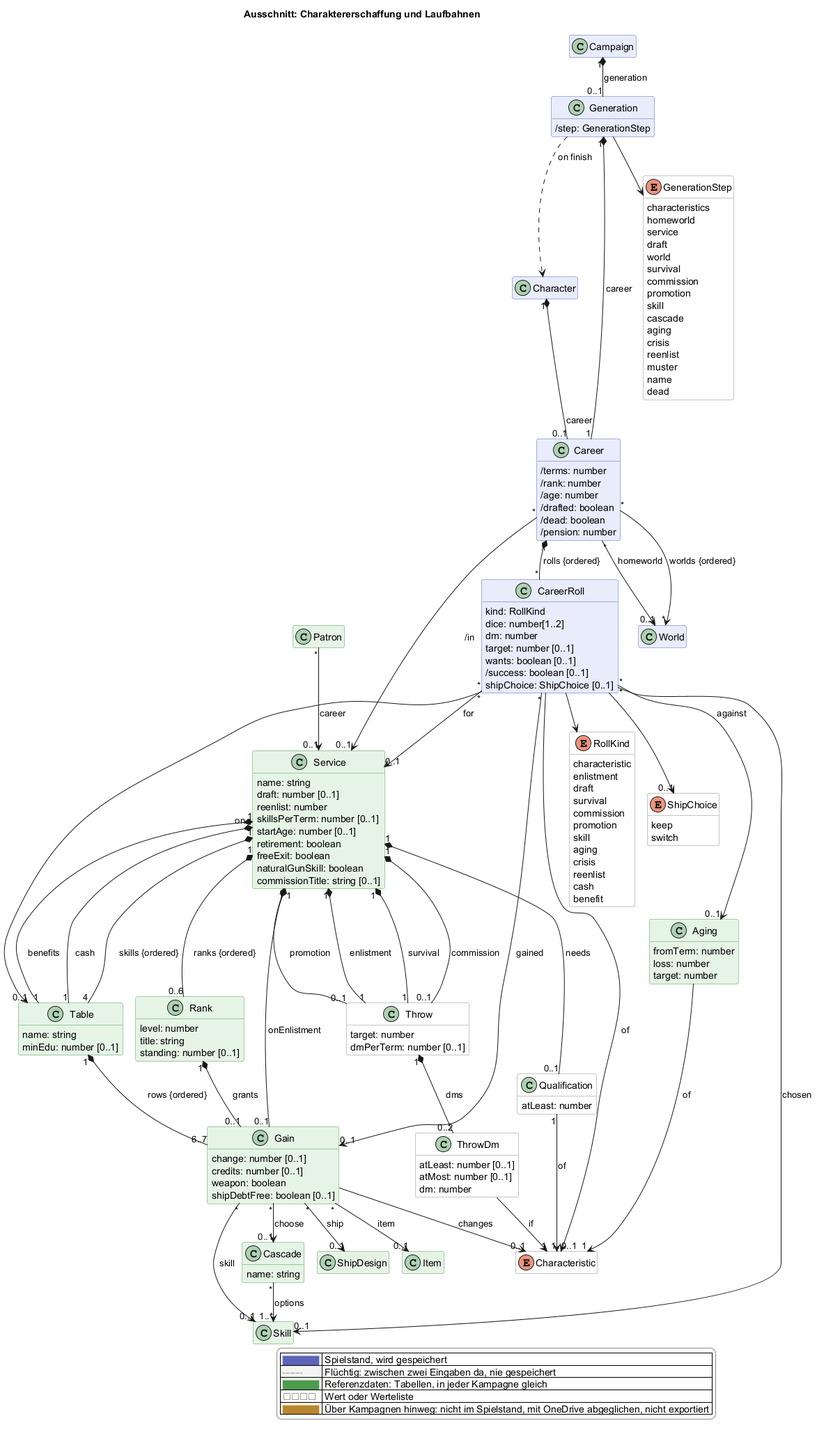
scuzzar/SRE keeps this PlantUML diagram as docs/views/erschaffung.png. Above is the earlier version.
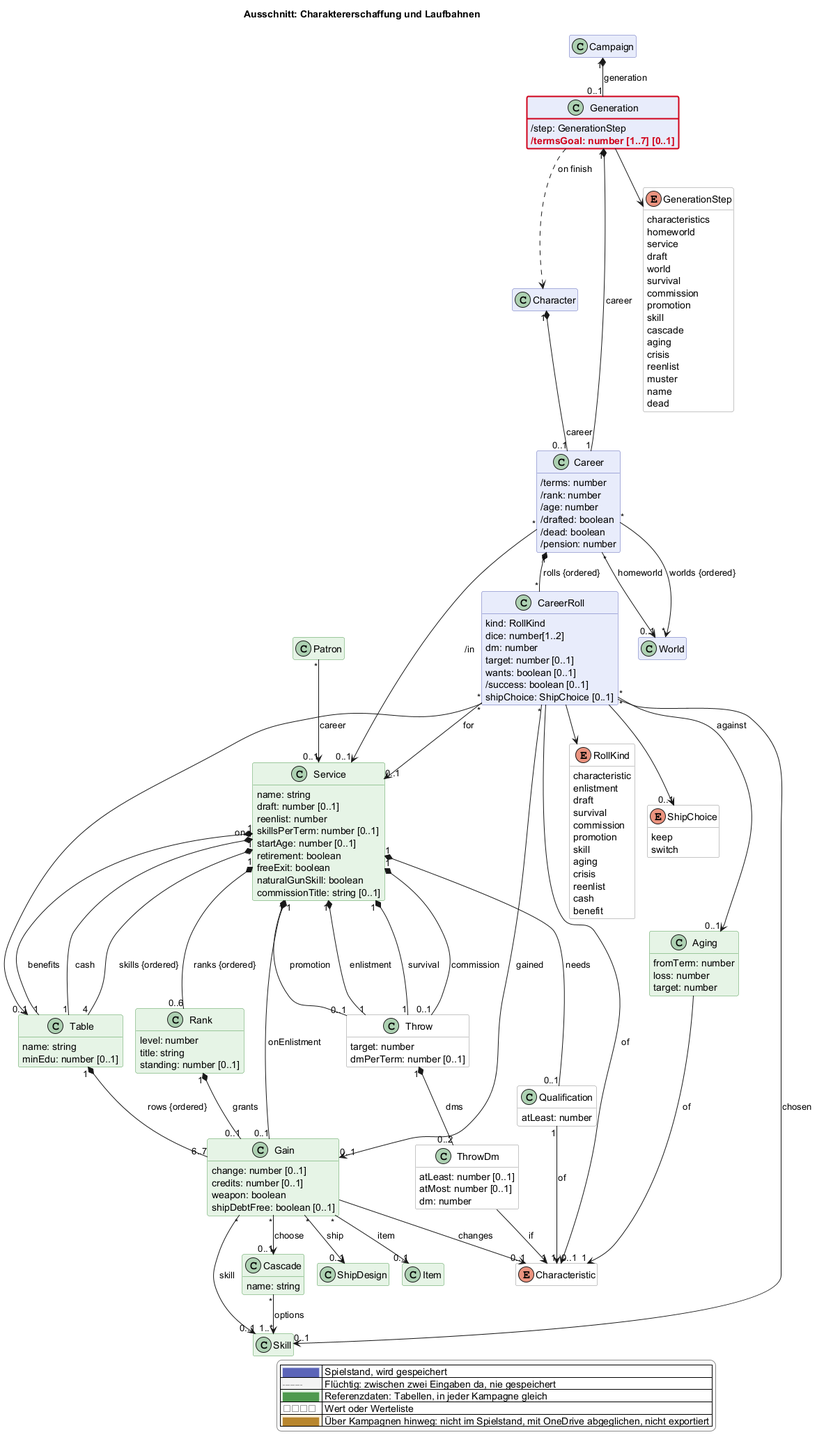
The same diagram one commit later.

What changed in the source:
```diff
@@ -77,6 +77,7 @@
 
   class Generation $erschaffung {
     /step: GenerationStep
+    $new("2026-11-24f", "/termsGoal: number [1..7] [0..1]")
   }
   class Career $erschaffung {
     /terms: number
@@ -251,4 +252,5 @@
   |<#ffffff> <color:#8a8a8a>□□□□</color> | Wert oder Werteliste |
   |<#fdf1dc> <color:#b8862e>████</color> | Über Kampagnen hinweg: nicht im Spielstand, mit OneDrive abgeglichen, nicht exportiert |
 endlegend
+class Generation #line:d0021b;line.bold
 @enduml
```
